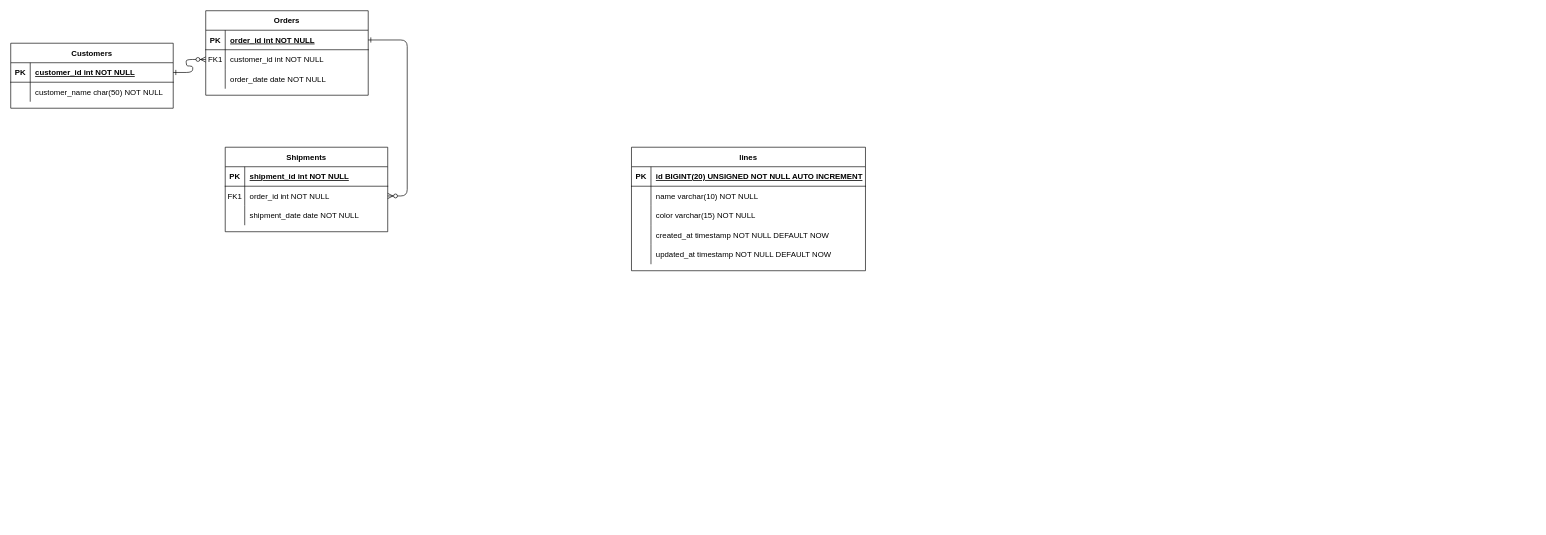
Before: physical_diagram.drawio in danielmaldonado19/Backend-metro_database, a draw.io diagram. Source tidied: cells renumbered, new cells numbered last; positions are measured from the earlier drawing's top-left corner, leaving out a move shared by most shapes. Both pictures are drawn from the tidied source at 65%, with x=0, y=0 at pixel (10, 10).
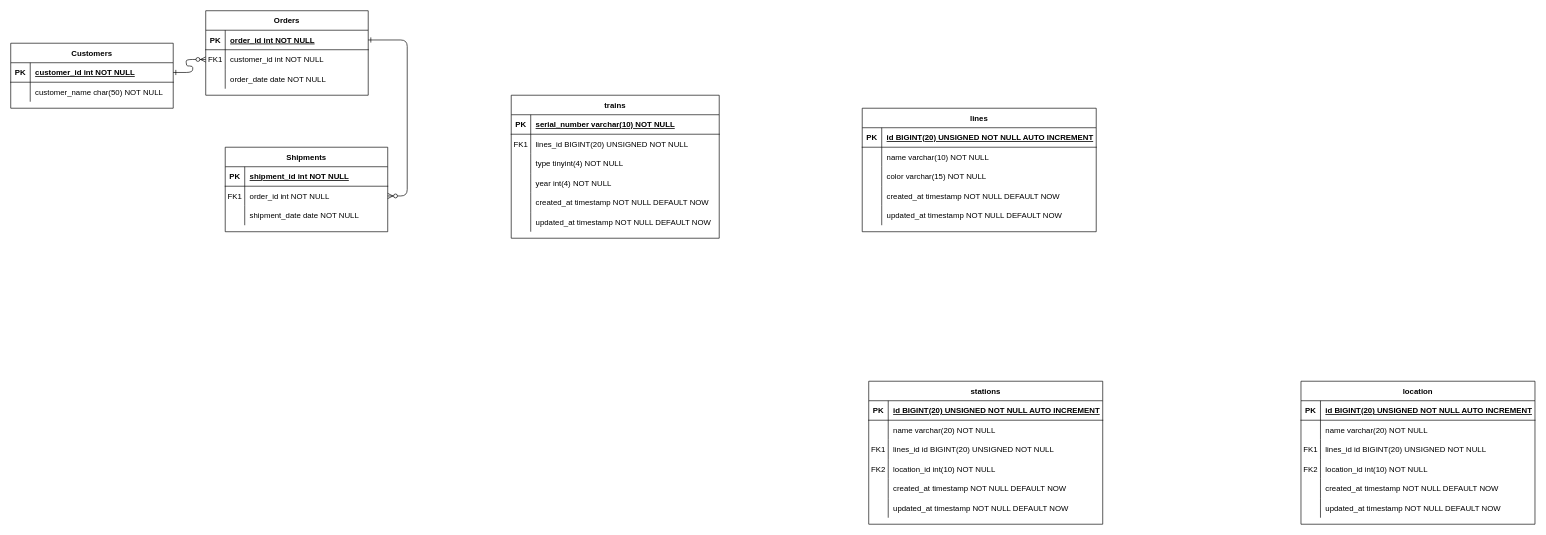
Above is the later version.

Commit message:
17/02.1:physical diagram made by me

What changed in the source:
```diff
@@
-    <mxCell id="31" value="lines" style="shape=table;startSize=30;childLayout=tableLayout;rowLines=0;fontStyle=1;align=center;" parent="1" vertex="1">
-      <mxGeometry x="955" y="210" width="360" height="190" as="geometry" />
+    <mxCell id="31" value="trains" style="shape=table;startSize=30;childLayout=tableLayout;rowLines=0;fontStyle=1;align=center;" parent="1" vertex="1">
+      <mxGeometry x="770" y="130" width="320" height="220" as="geometry" />
     </mxCell>
     <mxCell id="32" style="shape=partialRectangle;fillColor=none;top=0;left=0;right=0;bottom=1;" parent="31" vertex="1">
-      <mxGeometry y="30" width="360" height="30" as="geometry" />
+      <mxGeometry y="30" width="320" height="30" as="geometry" />
     </mxCell>
@@
-    <mxCell id="34" value="id BIGINT(20) UNSIGNED NOT NULL AUTO INCREMENT" style="shape=partialRectangle;overflow=hidden;fillColor=none;top=0;left=0;bottom=0;right=0;align=left;spacingLeft=6;fontStyle=5;" parent="32" vertex="1">
-      <mxGeometry x="30" width="330" height="30" as="geometry" />
+    <mxCell id="34" value="serial_number varchar(10) NOT NULL" style="shape=partialRectangle;overflow=hidden;fillColor=none;top=0;left=0;bottom=0;right=0;align=left;spacingLeft=6;fontStyle=5;" parent="32" vertex="1">
+      <mxGeometry x="30" width="290" height="30" as="geometry" />
     </mxCell>
     <mxCell id="35" style="shape=partialRectangle;fillColor=none;top=0;left=0;right=0;bottom=0;" parent="31" vertex="1">
-      <mxGeometry y="60" width="360" height="30" as="geometry" />
+      <mxGeometry y="60" width="320" height="30" as="geometry" />
     </mxCell>
-    <mxCell id="36" style="shape=partialRectangle;overflow=hidden;fillColor=none;top=0;left=0;bottom=0;right=0;" parent="35" vertex="1">
+    <mxCell id="36" value="FK1" style="shape=partialRectangle;overflow=hidden;fillColor=none;top=0;left=0;bottom=0;right=0;" parent="35" vertex="1">
       <mxGeometry width="30" height="30" as="geometry" />
     </mxCell>
-    <mxCell id="37" value="name varchar(10) NOT NULL" style="shape=partialRectangle;overflow=hidden;fillColor=none;top=0;left=0;bottom=0;right=0;align=left;spacingLeft=6;" parent="35" vertex="1">
-      <mxGeometry x="30" width="330" height="30" as="geometry" />
+    <mxCell id="37" value="lines_id BIGINT(20) UNSIGNED NOT NULL " style="shape=partialRectangle;overflow=hidden;fillColor=none;top=0;left=0;bottom=0;right=0;align=left;spacingLeft=6;" parent="35" vertex="1">
+      <mxGeometry x="30" width="290" height="30" as="geometry" />
     </mxCell>
     <mxCell id="38" style="shape=partialRectangle;fillColor=none;top=0;left=0;right=0;bottom=0;" parent="31" vertex="1">
-      <mxGeometry y="90" width="360" height="30" as="geometry" />
+      <mxGeometry y="90" width="320" height="30" as="geometry" />
     </mxCell>
@@
-    <mxCell id="40" value="color varchar(15) NOT NULL" style="shape=partialRectangle;overflow=hidden;fillColor=none;top=0;left=0;bottom=0;right=0;align=left;spacingLeft=6;" parent="38" vertex="1">
-      <mxGeometry x="30" width="330" height="30" as="geometry" />
+    <mxCell id="40" value="type tinyint(4) NOT NULL" style="shape=partialRectangle;overflow=hidden;fillColor=none;top=0;left=0;bottom=0;right=0;align=left;spacingLeft=6;" parent="38" vertex="1">
+      <mxGeometry x="30" width="290" height="30" as="geometry" />
     </mxCell>
     <mxCell id="41" style="shape=partialRectangle;fillColor=none;top=0;left=0;right=0;bottom=0;" parent="31" vertex="1">
-      <mxGeometry y="120" width="360" height="30" as="geometry" />
+      <mxGeometry y="120" width="320" height="30" as="geometry" />
     </mxCell>
@@
-    <mxCell id="43" value="created_at timestamp NOT NULL DEFAULT NOW" style="shape=partialRectangle;overflow=hidden;fillColor=none;top=0;left=0;bottom=0;right=0;align=left;spacingLeft=6;" parent="41" vertex="1">
-      <mxGeometry x="30" width="330" height="30" as="geometry" />
+    <mxCell id="43" value="year int(4) NOT NULL" style="shape=partialRectangle;overflow=hidden;fillColor=none;top=0;left=0;bottom=0;right=0;align=left;spacingLeft=6;" parent="41" vertex="1">
+      <mxGeometry x="30" width="290" height="30" as="geometry" />
     </mxCell>
-    <mxCell id="44" style="shape=partialRectangle;fillColor=none;top=0;left=0;right=0;bottom=0;" parent="31" vertex="1">
-      <mxGeometry y="150" width="360" height="30" as="geometry" />
-    </mxCell>
-    <mxCell id="45" style="shape=partialRectangle;overflow=hidden;fillColor=none;top=0;left=0;bottom=0;right=0;" parent="44" vertex="1">
-      <mxGeometry width="30" height="30" as="geometry" />
-    </mxCell>
-    <mxCell id="46" value="updated_at timestamp NOT NULL DEFAULT NOW" style="shape=partialRectangle;overflow=hidden;fillColor=none;top=0;left=0;bottom=0;right=0;align=left;spacingLeft=6;" parent="44" vertex="1">
-      <mxGeometry x="30" width="330" height="30" as="geometry" />
-    </mxCell>
+    <mxCell id="47" style="shape=partialRectangle;fillColor=none;top=0;left=0;right=0;bottom=0;" parent="31" vertex="1">
+      <mxGeometry y="150" width="320" height="30" as="geometry" />
+    </mxCell>
+    <mxCell id="48" style="shape=partialRectangle;overflow=hidden;fillColor=none;top=0;left=0;bottom=0;right=0;" parent="47" vertex="1">
+      <mxGeometry width="30" height="30" as="geometry" />
+    </mxCell>
+    <mxCell id="49" value="created_at timestamp NOT NULL DEFAULT NOW" style="shape=partialRectangle;overflow=hidden;fillColor=none;top=0;left=0;bottom=0;right=0;align=left;spacingLeft=6;" parent="47" vertex="1">
+      <mxGeometry x="30" width="290" height="30" as="geometry" />
+    </mxCell>
+    <mxCell id="50" style="shape=partialRectangle;fillColor=none;top=0;left=0;right=0;bottom=0;" parent="31" vertex="1">
+      <mxGeometry y="180" width="320" height="30" as="geometry" />
+    </mxCell>
+    <mxCell id="51" style="shape=partialRectangle;overflow=hidden;fillColor=none;top=0;left=0;bottom=0;right=0;" parent="50" vertex="1">
+      <mxGeometry width="30" height="30" as="geometry" />
+    </mxCell>
+    <mxCell id="52" value="updated_at timestamp NOT NULL DEFAULT NOW" style="shape=partialRectangle;overflow=hidden;fillColor=none;top=0;left=0;bottom=0;right=0;align=left;spacingLeft=6;" parent="50" vertex="1">
+      <mxGeometry x="30" width="290" height="30" as="geometry" />
+    </mxCell>
+    <mxCell id="53" value="lines" style="shape=table;startSize=30;childLayout=tableLayout;rowLines=0;fontStyle=1;align=center;" parent="1" vertex="1">
+      <mxGeometry x="1310" y="150" width="360" height="190" as="geometry" />
+    </mxCell>
+    <mxCell id="54" style="shape=partialRectangle;fillColor=none;top=0;left=0;right=0;bottom=1;" parent="53" vertex="1">
+      <mxGeometry y="30" width="360" height="30" as="geometry" />
+    </mxCell>
+    <mxCell id="55" value="PK" style="shape=partialRectangle;overflow=hidden;fillColor=none;top=0;left=0;bottom=0;right=0;fontStyle=1;" parent="54" vertex="1">
+      <mxGeometry width="30" height="30" as="geometry" />
+    </mxCell>
+    <mxCell id="56" value="id BIGINT(20) UNSIGNED NOT NULL AUTO INCREMENT" style="shape=partialRectangle;overflow=hidden;fillColor=none;top=0;left=0;bottom=0;right=0;align=left;spacingLeft=6;fontStyle=5;" parent="54" vertex="1">
+      <mxGeometry x="30" width="330" height="30" as="geometry" />
+    </mxCell>
+    <mxCell id="57" style="shape=partialRectangle;fillColor=none;top=0;left=0;right=0;bottom=0;" parent="53" vertex="1">
+      <mxGeometry y="60" width="360" height="30" as="geometry" />
+    </mxCell>
+    <mxCell id="58" style="shape=partialRectangle;overflow=hidden;fillColor=none;top=0;left=0;bottom=0;right=0;" parent="57" vertex="1">
+      <mxGeometry width="30" height="30" as="geometry" />
+    </mxCell>
+    <mxCell id="59" value="name varchar(10) NOT NULL" style="shape=partialRectangle;overflow=hidden;fillColor=none;top=0;left=0;bottom=0;right=0;align=left;spacingLeft=6;" parent="57" vertex="1">
+      <mxGeometry x="30" width="330" height="30" as="geometry" />
+    </mxCell>
+    <mxCell id="60" style="shape=partialRectangle;fillColor=none;top=0;left=0;right=0;bottom=0;" parent="53" vertex="1">
+      <mxGeometry y="90" width="360" height="30" as="geometry" />
+    </mxCell>
+    <mxCell id="61" style="shape=partialRectangle;overflow=hidden;fillColor=none;top=0;left=0;bottom=0;right=0;" parent="60" vertex="1">
+      <mxGeometry width="30" height="30" as="geometry" />
+    </mxCell>
+    <mxCell id="62" value="color varchar(15) NOT NULL" style="shape=partialRectangle;overflow=hidden;fillColor=none;top=0;left=0;bottom=0;right=0;align=left;spacingLeft=6;" parent="60" vertex="1">
+      <mxGeometry x="30" width="330" height="30" as="geometry" />
+    </mxCell>
+    <mxCell id="63" style="shape=partialRectangle;fillColor=none;top=0;left=0;right=0;bottom=0;" parent="53" vertex="1">
+      <mxGeometry y="120" width="360" height="30" as="geometry" />
+    </mxCell>
+    <mxCell id="64" style="shape=partialRectangle;overflow=hidden;fillColor=none;top=0;left=0;bottom=0;right=0;" parent="63" vertex="1">
+      <mxGeometry width="30" height="30" as="geometry" />
+    </mxCell>
+    <mxCell id="65" value="created_at timestamp NOT NULL DEFAULT NOW" style="shape=partialRectangle;overflow=hidden;fillColor=none;top=0;left=0;bottom=0;right=0;align=left;spacingLeft=6;" parent="63" vertex="1">
+      <mxGeometry x="30" width="330" height="30" as="geometry" />
+    </mxCell>
+    <mxCell id="66" style="shape=partialRectangle;fillColor=none;top=0;left=0;right=0;bottom=0;" parent="53" vertex="1">
+      <mxGeometry y="150" width="360" height="30" as="geometry" />
+    </mxCell>
+    <mxCell id="67" style="shape=partialRectangle;overflow=hidden;fillColor=none;top=0;left=0;bottom=0;right=0;" parent="66" vertex="1">
+      <mxGeometry width="30" height="30" as="geometry" />
+    </mxCell>
+    <mxCell id="68" value="updated_at timestamp NOT NULL DEFAULT NOW" style="shape=partialRectangle;overflow=hidden;fillColor=none;top=0;left=0;bottom=0;right=0;align=left;spacingLeft=6;" parent="66" vertex="1">
+      <mxGeometry x="30" width="330" height="30" as="geometry" />
+    </mxCell>
+    <mxCell id="69" value="location" style="shape=table;startSize=30;childLayout=tableLayout;rowLines=0;fontStyle=1;align=center;" parent="1" vertex="1">
+      <mxGeometry x="1985" y="570" width="360" height="220" as="geometry" />
+    </mxCell>
+    <mxCell id="70" style="shape=partialRectangle;fillColor=none;top=0;left=0;right=0;bottom=1;" parent="69" vertex="1">
+      <mxGeometry y="30" width="360" height="30" as="geometry" />
+    </mxCell>
+    <mxCell id="71" value="PK" style="shape=partialRectangle;overflow=hidden;fillColor=none;top=0;left=0;bottom=0;right=0;fontStyle=1;" parent="70" vertex="1">
+      <mxGeometry width="30" height="30" as="geometry" />
+    </mxCell>
+    <mxCell id="72" value="id BIGINT(20) UNSIGNED NOT NULL AUTO INCREMENT" style="shape=partialRectangle;overflow=hidden;fillColor=none;top=0;left=0;bottom=0;right=0;align=left;spacingLeft=6;fontStyle=5;" parent="70" vertex="1">
+      <mxGeometry x="30" width="330" height="30" as="geometry" />
+    </mxCell>
+    <mxCell id="73" style="shape=partialRectangle;fillColor=none;top=0;left=0;right=0;bottom=0;" parent="69" vertex="1">
+      <mxGeometry y="60" width="360" height="30" as="geometry" />
+    </mxCell>
+    <mxCell id="74" style="shape=partialRectangle;overflow=hidden;fillColor=none;top=0;left=0;bottom=0;right=0;" parent="73" vertex="1">
+      <mxGeometry width="30" height="30" as="geometry" />
+    </mxCell>
+    <mxCell id="75" value="name varchar(20) NOT NULL" style="shape=partialRectangle;overflow=hidden;fillColor=none;top=0;left=0;bottom=0;right=0;align=left;spacingLeft=6;" parent="73" vertex="1">
+      <mxGeometry x="30" width="330" height="30" as="geometry" />
+    </mxCell>
+    <mxCell id="76" style="shape=partialRectangle;fillColor=none;top=0;left=0;right=0;bottom=0;" parent="69" vertex="1">
+      <mxGeometry y="90" width="360" height="30" as="geometry" />
+    </mxCell>
+    <mxCell id="77" value="FK1" style="shape=partialRectangle;overflow=hidden;fillColor=none;top=0;left=0;bottom=0;right=0;" parent="76" vertex="1">
+      <mxGeometry width="30" height="30" as="geometry" />
+    </mxCell>
+    <mxCell id="78" value="lines_id id BIGINT(20) UNSIGNED NOT NULL" style="shape=partialRectangle;overflow=hidden;fillColor=none;top=0;left=0;bottom=0;right=0;align=left;spacingLeft=6;" parent="76" vertex="1">
+      <mxGeometry x="30" width="330" height="30" as="geometry" />
+    </mxCell>
+    <mxCell id="79" style="shape=partialRectangle;fillColor=none;top=0;left=0;right=0;bottom=0;" parent="69" vertex="1">
+      <mxGeometry y="120" width="360" height="30" as="geometry" />
+    </mxCell>
+    <mxCell id="80" value="FK2" style="shape=partialRectangle;overflow=hidden;fillColor=none;top=0;left=0;bottom=0;right=0;" parent="79" vertex="1">
+      <mxGeometry width="30" height="30" as="geometry" />
+    </mxCell>
+    <mxCell id="81" value="location_id int(10) NOT NULL" style="shape=partialRectangle;overflow=hidden;fillColor=none;top=0;left=0;bottom=0;right=0;align=left;spacingLeft=6;" parent="79" vertex="1">
+      <mxGeometry x="30" width="330" height="30" as="geometry" />
+    </mxCell>
+    <mxCell id="82" style="shape=partialRectangle;fillColor=none;top=0;left=0;right=0;bottom=0;" parent="69" vertex="1">
+      <mxGeometry y="150" width="360" height="30" as="geometry" />
+    </mxCell>
+    <mxCell id="83" style="shape=partialRectangle;overflow=hidden;fillColor=none;top=0;left=0;bottom=0;right=0;" parent="82" vertex="1">
+      <mxGeometry width="30" height="30" as="geometry" />
+    </mxCell>
+    <mxCell id="84" value="created_at timestamp NOT NULL DEFAULT NOW" style="shape=partialRectangle;overflow=hidden;fillColor=none;top=0;left=0;bottom=0;right=0;align=left;spacingLeft=6;" parent="82" vertex="1">
+      <mxGeometry x="30" width="330" height="30" as="geometry" />
+    </mxCell>
+    <mxCell id="85" style="shape=partialRectangle;fillColor=none;top=0;left=0;right=0;bottom=0;" parent="69" vertex="1">
+      <mxGeometry y="180" width="360" height="30" as="geometry" />
+    </mxCell>
+    <mxCell id="86" style="shape=partialRectangle;overflow=hidden;fillColor=none;top=0;left=0;bottom=0;right=0;" parent="85" vertex="1">
+      <mxGeometry width="30" height="30" as="geometry" />
+    </mxCell>
+    <mxCell id="87" value="updated_at timestamp NOT NULL DEFAULT NOW" style="shape=partialRectangle;overflow=hidden;fillColor=none;top=0;left=0;bottom=0;right=0;align=left;spacingLeft=6;" parent="85" vertex="1">
+      <mxGeometry x="30" width="330" height="30" as="geometry" />
+    </mxCell>
+    <mxCell id="88" value="stations" style="shape=table;startSize=30;childLayout=tableLayout;rowLines=0;fontStyle=1;align=center;" parent="1" vertex="1">
+      <mxGeometry x="1320" y="570" width="360" height="220" as="geometry" />
+    </mxCell>
+    <mxCell id="89" style="shape=partialRectangle;fillColor=none;top=0;left=0;right=0;bottom=1;" parent="88" vertex="1">
+      <mxGeometry y="30" width="360" height="30" as="geometry" />
+    </mxCell>
+    <mxCell id="90" value="PK" style="shape=partialRectangle;overflow=hidden;fillColor=none;top=0;left=0;bottom=0;right=0;fontStyle=1;" parent="89" vertex="1">
+      <mxGeometry width="30" height="30" as="geometry" />
+    </mxCell>
+    <mxCell id="91" value="id BIGINT(20) UNSIGNED NOT NULL AUTO INCREMENT" style="shape=partialRectangle;overflow=hidden;fillColor=none;top=0;left=0;bottom=0;right=0;align=left;spacingLeft=6;fontStyle=5;" parent="89" vertex="1">
+      <mxGeometry x="30" width="330" height="30" as="geometry" />
+    </mxCell>
+    <mxCell id="92" style="shape=partialRectangle;fillColor=none;top=0;left=0;right=0;bottom=0;" parent="88" vertex="1">
+      <mxGeometry y="60" width="360" height="30" as="geometry" />
+    </mxCell>
+    <mxCell id="93" style="shape=partialRectangle;overflow=hidden;fillColor=none;top=0;left=0;bottom=0;right=0;" parent="92" vertex="1">
+      <mxGeometry width="30" height="30" as="geometry" />
+    </mxCell>
+    <mxCell id="94" value="name varchar(20) NOT NULL" style="shape=partialRectangle;overflow=hidden;fillColor=none;top=0;left=0;bottom=0;right=0;align=left;spacingLeft=6;" parent="92" vertex="1">
+      <mxGeometry x="30" width="330" height="30" as="geometry" />
+    </mxCell>
+    <mxCell id="95" style="shape=partialRectangle;fillColor=none;top=0;left=0;right=0;bottom=0;" parent="88" vertex="1">
+      <mxGeometry y="90" width="360" height="30" as="geometry" />
+    </mxCell>
+    <mxCell id="96" value="FK1" style="shape=partialRectangle;overflow=hidden;fillColor=none;top=0;left=0;bottom=0;right=0;" parent="95" vertex="1">
+      <mxGeometry width="30" height="30" as="geometry" />
+    </mxCell>
+    <mxCell id="97" value="lines_id id BIGINT(20) UNSIGNED NOT NULL" style="shape=partialRectangle;overflow=hidden;fillColor=none;top=0;left=0;bottom=0;right=0;align=left;spacingLeft=6;" parent="95" vertex="1">
+      <mxGeometry x="30" width="330" height="30" as="geometry" />
+    </mxCell>
+    <mxCell id="98" style="shape=partialRectangle;fillColor=none;top=0;left=0;right=0;bottom=0;" parent="88" vertex="1">
+      <mxGeometry y="120" width="360" height="30" as="geometry" />
+    </mxCell>
+    <mxCell id="99" value="FK2" style="shape=partialRectangle;overflow=hidden;fillColor=none;top=0;left=0;bottom=0;right=0;" parent="98" vertex="1">
+      <mxGeometry width="30" height="30" as="geometry" />
+    </mxCell>
+    <mxCell id="100" value="location_id int(10) NOT NULL" style="shape=partialRectangle;overflow=hidden;fillColor=none;top=0;left=0;bottom=0;right=0;align=left;spacingLeft=6;" parent="98" vertex="1">
+      <mxGeometry x="30" width="330" height="30" as="geometry" />
+    </mxCell>
+    <mxCell id="101" style="shape=partialRectangle;fillColor=none;top=0;left=0;right=0;bottom=0;" parent="88" vertex="1">
+      <mxGeometry y="150" width="360" height="30" as="geometry" />
+    </mxCell>
+    <mxCell id="102" style="shape=partialRectangle;overflow=hidden;fillColor=none;top=0;left=0;bottom=0;right=0;" parent="101" vertex="1">
+      <mxGeometry width="30" height="30" as="geometry" />
+    </mxCell>
+    <mxCell id="103" value="created_at timestamp NOT NULL DEFAULT NOW" style="shape=partialRectangle;overflow=hidden;fillColor=none;top=0;left=0;bottom=0;right=0;align=left;spacingLeft=6;" parent="101" vertex="1">
+      <mxGeometry x="30" width="330" height="30" as="geometry" />
+    </mxCell>
+    <mxCell id="104" style="shape=partialRectangle;fillColor=none;top=0;left=0;right=0;bottom=0;" parent="88" vertex="1">
+      <mxGeometry y="180" width="360" height="30" as="geometry" />
+    </mxCell>
+    <mxCell id="105" style="shape=partialRectangle;overflow=hidden;fillColor=none;top=0;left=0;bottom=0;right=0;" parent="104" vertex="1">
+      <mxGeometry width="30" height="30" as="geometry" />
+    </mxCell>
+    <mxCell id="106" value="updated_at timestamp NOT NULL DEFAULT NOW" style="shape=partialRectangle;overflow=hidden;fillColor=none;top=0;left=0;bottom=0;right=0;align=left;spacingLeft=6;" parent="104" vertex="1">
+      <mxGeometry x="30" width="330" height="30" as="geometry" />
+    </mxCell>
```
